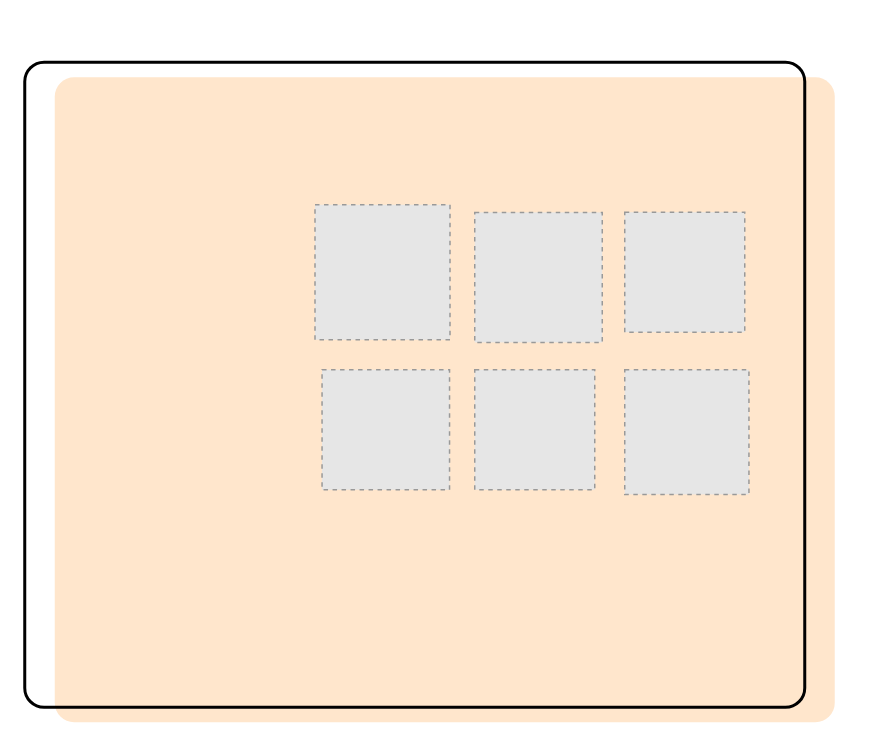
Above: code agent.drawio in axtrur/awsome-ai-agent (draw.io), before the change. Source tidied: cells renumbered, new cells numbered last; positions are measured from the earlier drawing's top-left corner, leaving out a move shared by most shapes. Both pictures are drawn from the tidied source at 150%, with x=0, y=0 at pixel (24, 62). Pictures stored in the file or linked from it are replaced by grey dashed boxes.
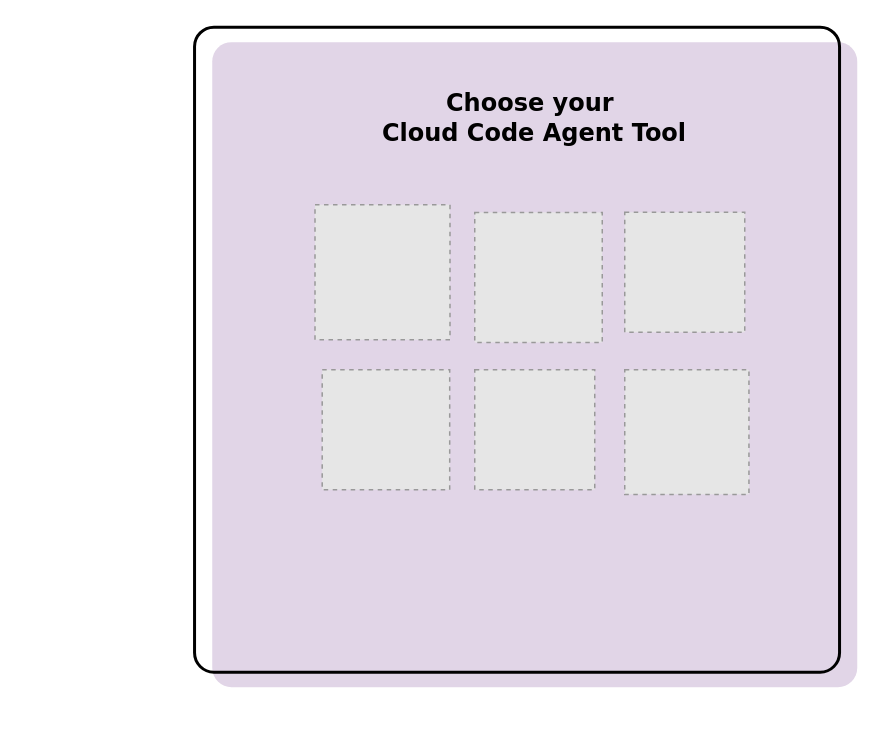
The same page after the edit.

What changed in the source:
```diff
@@
 <mxGraphModel>
   <root>
     <mxCell id="0" />
     <mxCell id="1" parent="0" />
-    <mxCell id="2" style="rounded=1;whiteSpace=wrap;html=1;strokeWidth=2;arcSize=3;imageHeight=24;fillColor=#ffe6cc;strokeColor=none;" parent="1" vertex="1">
-      <mxGeometry x="20" y="10" width="520" height="430" as="geometry" />
+    <mxCell id="2" style="rounded=1;whiteSpace=wrap;html=1;strokeWidth=2;arcSize=3;imageHeight=24;fillColor=#e1d5e7;strokeColor=none;" parent="1" vertex="1">
+      <mxGeometry x="125" y="-13.4" width="430" height="430" as="geometry" />
     </mxCell>
     <mxCell id="3" style="rounded=1;whiteSpace=wrap;html=1;strokeWidth=2;arcSize=3;imageHeight=24;fillColor=none;" parent="1" vertex="1">
-      <mxGeometry width="520" height="430" as="geometry" />
+      <mxGeometry x="113.2" y="-23.4" width="430" height="430" as="geometry" />
     </mxCell>
     <mxCell id="4" style="fillColor=#E6E6E6;strokeColor=#999999;dashed=1;verticalLabelPosition=bottom;verticalAlign=top;" parent="1" vertex="1">
       <mxGeometry x="193.5" y="95" width="90" height="90" as="geometry" />
     </mxCell>
     <mxCell id="5" style="fillColor=#E6E6E6;strokeColor=#999999;dashed=1;verticalLabelPosition=bottom;verticalAlign=top;" parent="1" vertex="1">
-      <mxGeometry x="198.2" y="205" width="85" height="80" as="geometry" />
+      <mxGeometry x="198.3" y="205" width="85" height="80" as="geometry" />
     </mxCell>
     <mxCell id="6" style="fillColor=#E6E6E6;strokeColor=#999999;dashed=1;verticalLabelPosition=bottom;verticalAlign=top;" parent="1" vertex="1">
       <mxGeometry x="300" y="205" width="80" height="80" as="geometry" />
     </mxCell>
     <mxCell id="7" style="fillColor=#E6E6E6;strokeColor=#999999;dashed=1;verticalLabelPosition=bottom;verticalAlign=top;" parent="1" vertex="1">
       <mxGeometry x="400" y="205" width="82.8" height="83.1" as="geometry" />
     </mxCell>
     <mxCell id="8" style="fillColor=#E6E6E6;strokeColor=#999999;dashed=1;verticalLabelPosition=bottom;verticalAlign=top;" parent="1" vertex="1">
       <mxGeometry x="400" y="100" width="80" height="80" as="geometry" />
     </mxCell>
     <mxCell id="9" style="fillColor=#E6E6E6;strokeColor=#999999;dashed=1;verticalLabelPosition=bottom;verticalAlign=top;" parent="1" vertex="1">
       <mxGeometry x="300" y="100.1" width="85" height="86.7" as="geometry" />
     </mxCell>
+    <mxCell id="10" value="&lt;b&gt;&lt;font face=&quot;Verdana&quot;&gt;Choose your&amp;nbsp;&lt;/font&gt;&lt;/b&gt;&lt;div&gt;&lt;b&gt;&lt;font face=&quot;Verdana&quot;&gt;Cloud Code Agent Tool&lt;/font&gt;&lt;/b&gt;&lt;/div&gt;" style="text;html=1;align=center;verticalAlign=middle;whiteSpace=wrap;rounded=0;fontSize=16;" parent="1" vertex="1">
+      <mxGeometry x="160" y="21.6" width="360" height="30" as="geometry" />
+    </mxCell>
   </root>
 </mxGraphModel>
```
